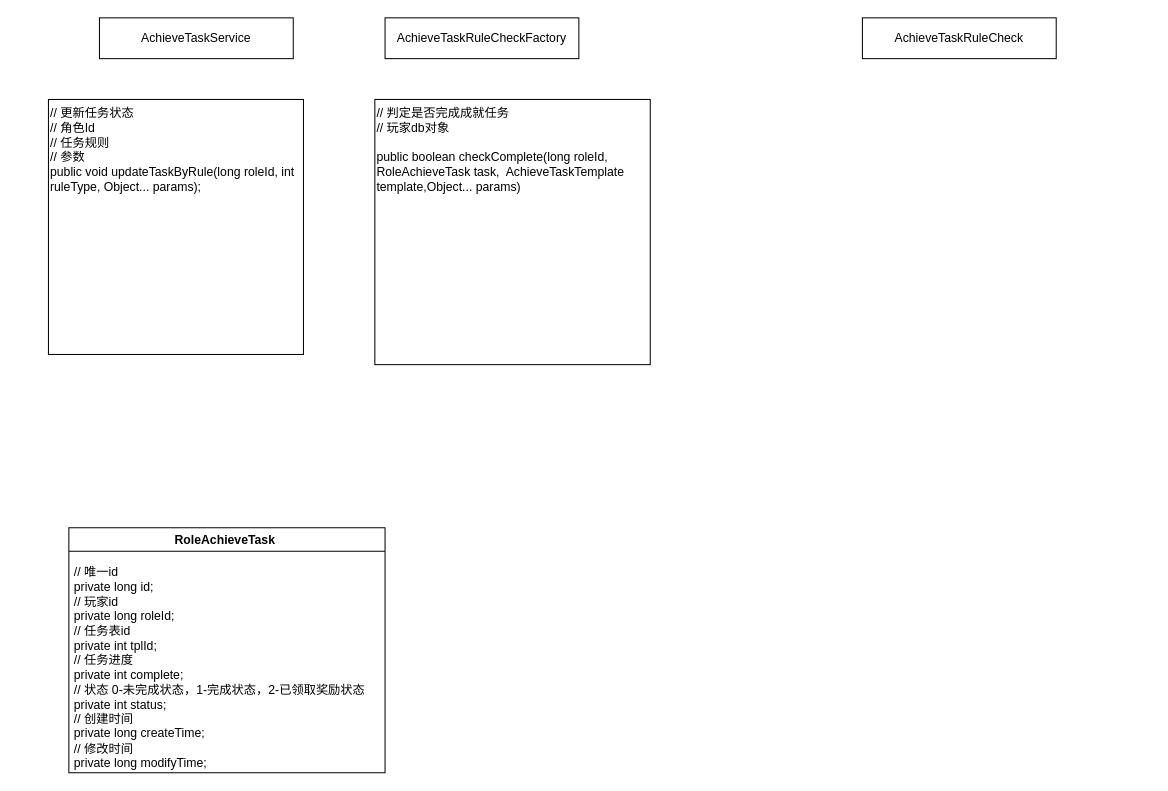
Ordertiny/graph keeps this draw.io diagram as SS2成就任务系统.drawio. Above is the earlier version. Source tidied: cells renumbered, new cells numbered last; positions are measured from the earlier drawing's top-left corner, leaving out a move shared by most shapes. Both pictures are drawn from the tidied source at 102%, with x=0, y=0 at pixel (48, 17).
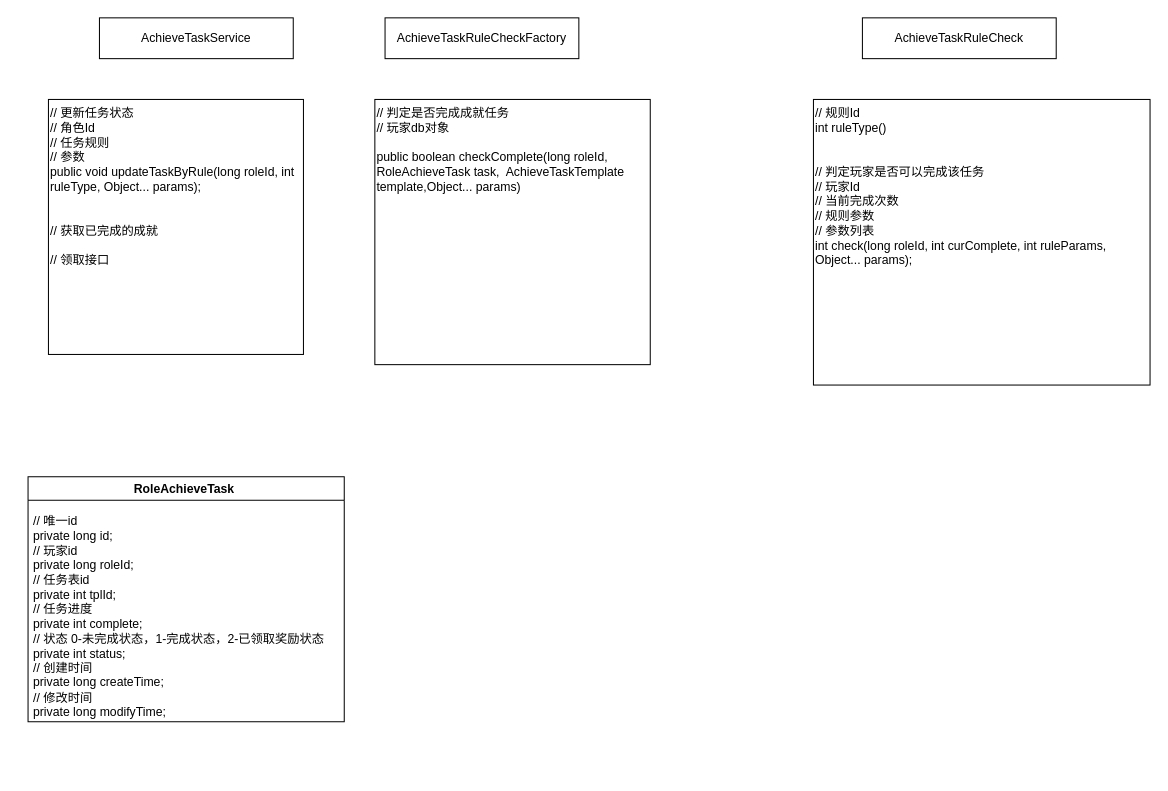
After the change.

Commit message (it also covers changes not shown here):
更新SS2成就任务系统.drawio

The edit, as a diff of the source:
```diff
@@
 <mxGraphModel>
   <root>
     <mxCell id="0" />
     <mxCell id="1" parent="0" />
     <mxCell id="2" value="AchieveTaskService" style="rounded=0;whiteSpace=wrap;html=1;" parent="1" vertex="1">
       <mxGeometry x="50" width="190" height="40" as="geometry" />
     </mxCell>
     <mxCell id="3" value="AchieveTaskRuleCheckFactory" style="rounded=0;whiteSpace=wrap;html=1;" parent="1" vertex="1">
       <mxGeometry x="330" width="190" height="40" as="geometry" />
     </mxCell>
     <mxCell id="4" value="AchieveTaskRuleCheck" style="rounded=0;whiteSpace=wrap;html=1;" parent="1" vertex="1">
       <mxGeometry x="798" width="190" height="40" as="geometry" />
     </mxCell>
-    <mxCell id="5" value="// 更新任务状态&lt;br&gt;// 角色Id&lt;br&gt;// 任务规则&lt;br&gt;// 参数&lt;br&gt;public void updateTaskByRule(long roleId, int ruleType, Object... params);" style="rounded=0;whiteSpace=wrap;html=1;align=left;verticalAlign=top;" parent="1" vertex="1">
+    <mxCell id="5" value="// 更新任务状态&lt;br&gt;// 角色Id&lt;br&gt;// 任务规则&lt;br&gt;// 参数&lt;br&gt;public void updateTaskByRule(long roleId, int ruleType, Object... params);&lt;br&gt;&lt;br&gt;&lt;br&gt;// 获取已完成的成就&lt;br&gt;&lt;br&gt;// 领取接口" style="rounded=0;whiteSpace=wrap;html=1;align=left;verticalAlign=top;" parent="1" vertex="1">
       <mxGeometry y="80" width="250" height="250" as="geometry" />
     </mxCell>
     <mxCell id="6" value="&lt;div&gt;// 判定是否完成成就任务&lt;/div&gt;&lt;div&gt;// 玩家db对象&lt;/div&gt;&lt;div&gt;&lt;br&gt;&lt;/div&gt;&lt;div&gt;public boolean checkComplete(long roleId, RoleAchieveTask task,&amp;nbsp; AchieveTaskTemplate template,&lt;span style=&quot;background-color: initial;&quot;&gt;Object... params)&lt;/span&gt;&lt;/div&gt;" style="rounded=0;whiteSpace=wrap;html=1;align=left;verticalAlign=top;" parent="1" vertex="1">
       <mxGeometry x="320" y="80" width="270" height="260" as="geometry" />
     </mxCell>
     <mxCell id="7" value="RoleAchieveTask " style="swimlane;" parent="1" vertex="1">
-      <mxGeometry x="20" y="500" width="310" height="240" as="geometry" />
+      <mxGeometry x="-20" y="450" width="310" height="240" as="geometry" />
     </mxCell>
     <mxCell id="8" value="&lt;div&gt;&amp;nbsp; &amp;nbsp; // 唯一id&lt;/div&gt;&lt;div&gt;&amp;nbsp; &amp;nbsp; private long id;&lt;/div&gt;&lt;div&gt;&amp;nbsp; &amp;nbsp; // 玩家id&lt;/div&gt;&lt;div&gt;&amp;nbsp; &amp;nbsp; private long roleId;&lt;/div&gt;&lt;div&gt;&amp;nbsp; &amp;nbsp; // 任务表id&lt;/div&gt;&lt;div&gt;&amp;nbsp; &amp;nbsp; private int tplId;&lt;/div&gt;&lt;div&gt;&amp;nbsp; &amp;nbsp; // 任务进度&lt;/div&gt;&lt;div&gt;&amp;nbsp; &amp;nbsp; private int complete;&lt;/div&gt;&lt;div&gt;&amp;nbsp; &amp;nbsp; // 状态 0-未完成状态，1-完成状态，2-已领取奖励状态&lt;/div&gt;&lt;div&gt;&amp;nbsp; &amp;nbsp; private int status;&lt;/div&gt;&lt;div&gt;&amp;nbsp; &amp;nbsp; // 创建时间&lt;/div&gt;&lt;div&gt;&amp;nbsp; &amp;nbsp; private long createTime;&lt;/div&gt;&lt;div&gt;&amp;nbsp; &amp;nbsp; // 修改时间&lt;/div&gt;&lt;div&gt;&amp;nbsp; &amp;nbsp; private long modifyTime;&lt;/div&gt;" style="text;html=1;align=left;verticalAlign=top;strokeColor=none;fillColor=none;" parent="7" vertex="1">
       <mxGeometry x="-10" y="30" width="320" height="210" as="geometry" />
     </mxCell>
+    <mxCell id="9" value="// 规则Id&lt;br&gt;int ruleType()&lt;br&gt;&lt;br&gt;&lt;br&gt;// 判定玩家是否可以完成该任务&lt;br&gt;// 玩家Id&lt;br&gt;// 当前完成次数&lt;br&gt;// 规则参数&lt;br&gt;// 参数列表&lt;br&gt;int check(long roleId, int curComplete, int ruleParams, Object... params);" style="whiteSpace=wrap;html=1;align=left;verticalAlign=top;" parent="1" vertex="1">
+      <mxGeometry x="750" y="80" width="330" height="280" as="geometry" />
+    </mxCell>
   </root>
 </mxGraphModel>
```
